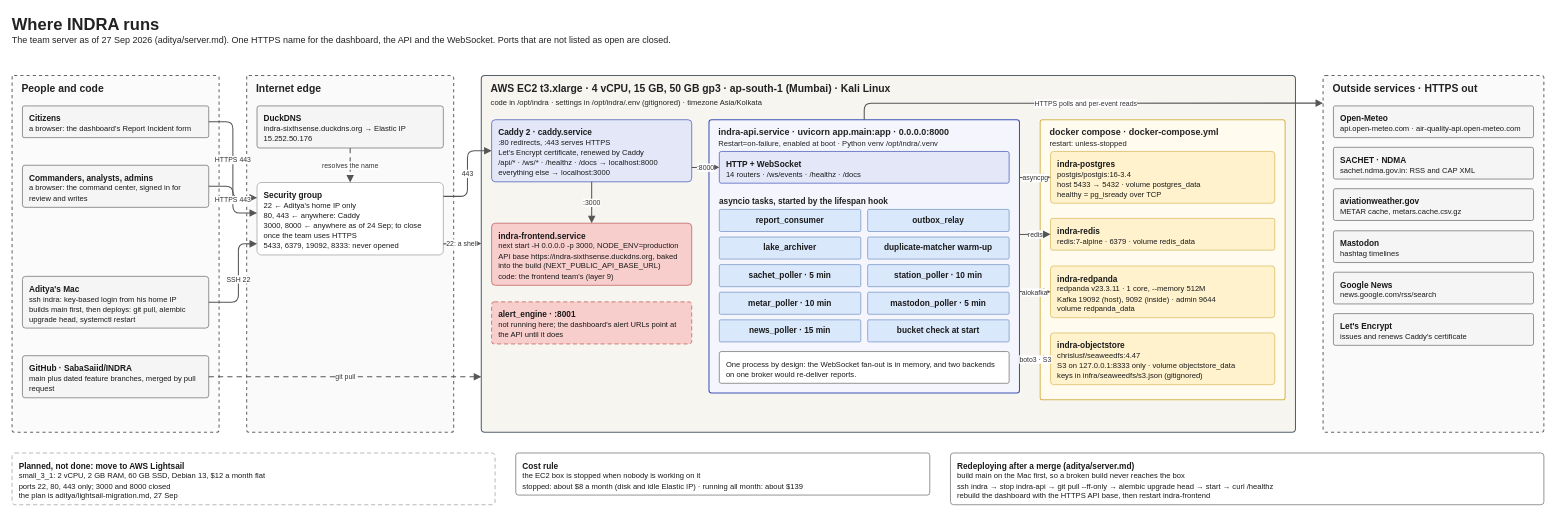
Earlier version of the draw.io diagram page "3 · Deployment" (3 of 4) of docs/architecture/indra-system-architecture.drawio (SabaSaiid/INDRA). Source tidied: cells renumbered, new cells numbered last; positions are measured from the earlier drawing's top-left corner, leaving out a move shared by most shapes. Both pictures are drawn from the tidied source at 69%, with x=0, y=0 at pixel (12, 12).
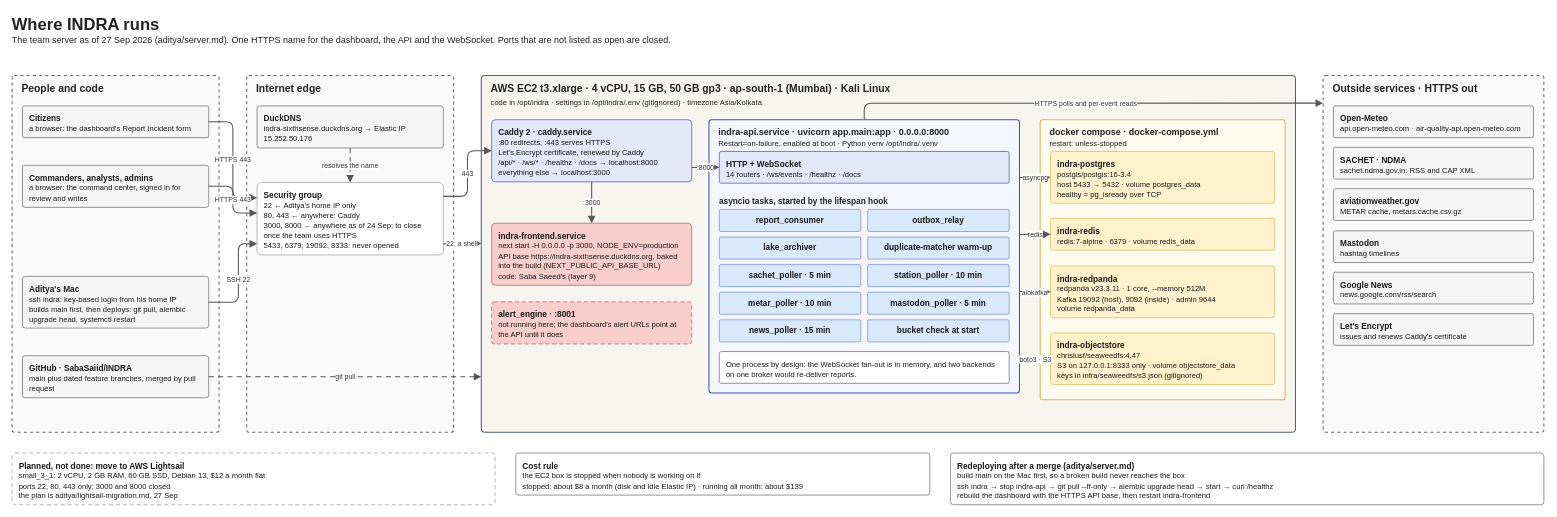
The same page after the edit.

Commit message (it also covers changes not shown here):
docs(architecture): the diagram names Saba Saeed as the command center's author

Pages 1 and 3 said 'the frontend team'; the two SVGs are re-exported
with the same settings as before.

Diff of the diagram source:
```diff
@@
-    <mxCell id="16" value="&lt;b style=&quot;font-size:12px&quot;&gt;indra-frontend.service&lt;/b&gt;&lt;br&gt;&lt;span style=&quot;font-size:11px&quot;&gt;next start -H 0.0.0.0 -p 3000, NODE_ENV=production&lt;/span&gt;&lt;br&gt;&lt;span style=&quot;font-size:11px&quot;&gt;API base https://indra-sixthsense.duckdns.org, baked into the build (NEXT_PUBLIC_API_BASE_URL)&lt;/span&gt;&lt;br&gt;&lt;span style=&quot;font-size:11px&quot;&gt;code: the frontend team's (layer 9)&lt;/span&gt;" style="rounded=1;arcSize=6;whiteSpace=wrap;html=1;fillColor=#F8CECC;strokeColor=#B85450;verticalAlign=top;align=left;spacingLeft=8;spacingRight=8;spacingTop=5;spacingBottom=5;fontSize=12;fontColor=#1A1A1A;" parent="1" vertex="1">
+    <mxCell id="16" value="&lt;b style=&quot;font-size:12px&quot;&gt;indra-frontend.service&lt;/b&gt;&lt;br&gt;&lt;span style=&quot;font-size:11px&quot;&gt;next start -H 0.0.0.0 -p 3000, NODE_ENV=production&lt;/span&gt;&lt;br&gt;&lt;span style=&quot;font-size:11px&quot;&gt;API base https://indra-sixthsense.duckdns.org, baked into the build (NEXT_PUBLIC_API_BASE_URL)&lt;/span&gt;&lt;br&gt;&lt;span style=&quot;font-size:11px&quot;&gt;code: Saba Saeed's (layer 9)&lt;/span&gt;" style="rounded=1;arcSize=6;whiteSpace=wrap;html=1;fillColor=#F8CECC;strokeColor=#B85450;verticalAlign=top;align=left;spacingLeft=8;spacingRight=8;spacingTop=5;spacingBottom=5;fontSize=12;fontColor=#1A1A1A;" parent="1" vertex="1">
       <mxGeometry x="695" y="306" width="290" height="90" as="geometry" />
     </mxCell>
```
